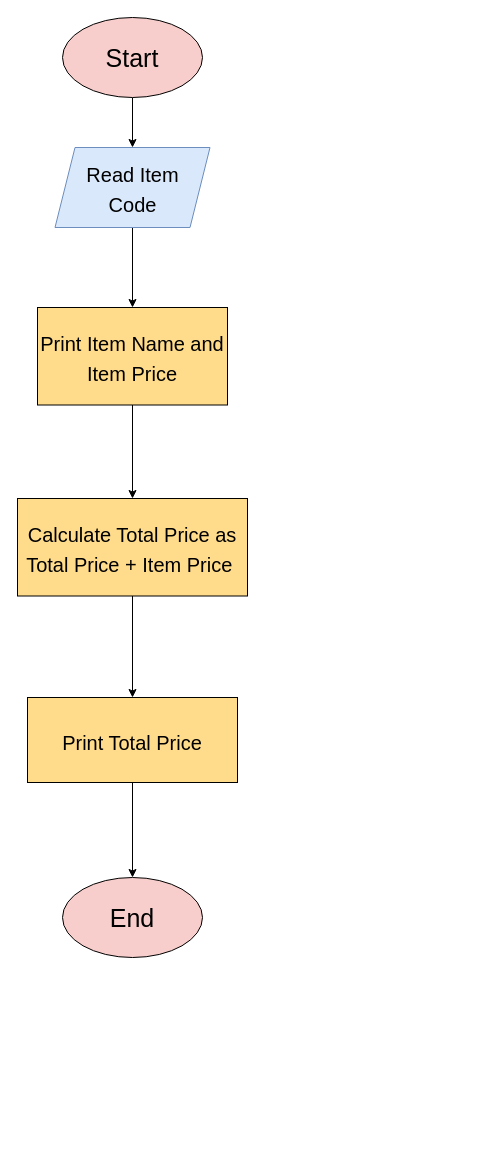
Above: flowchart.drawio in WantToBePro31/frederick_wijayadi_susilo-cashier_system (draw.io), before the change. Source tidied: cells renumbered, new cells numbered last; positions are measured from the earlier drawing's top-left corner, leaving out a move shared by most shapes. Both pictures are drawn from the tidied source at 100%, with x=0, y=0 at pixel (17, 17).
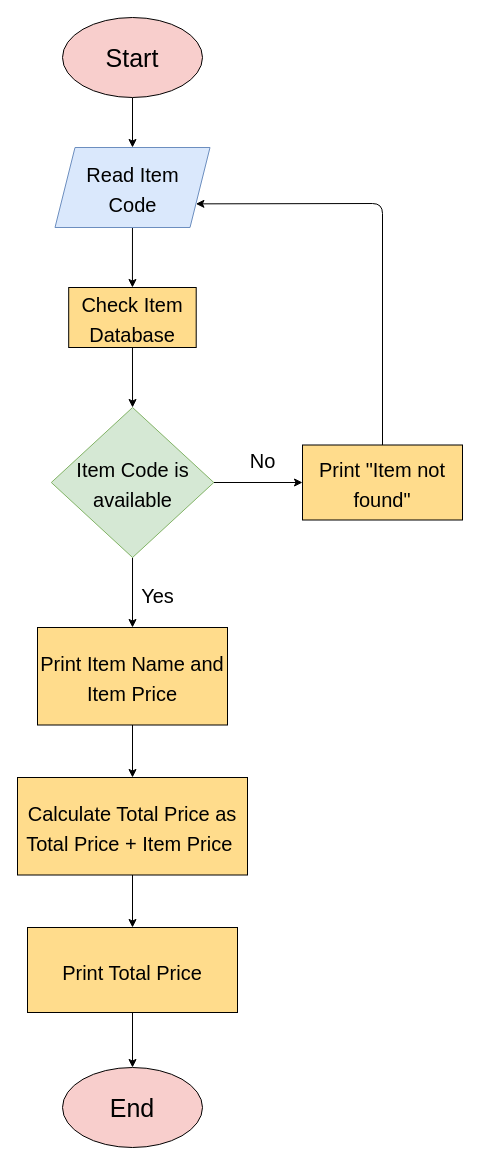
After the change.

Commit message:
feat: add validation for item code

The change refers to these unchanged cells:
```xml
<mxCell id="5" value="&lt;font style=&quot;font-size: 20px&quot; color=&quot;#000000&quot;&gt;Read Item&lt;br&gt;Code&lt;/font&gt;" style="shape=parallelogram;perimeter=parallelogramPerimeter;whiteSpace=wrap;html=1;fixedSize=1;fontSize=25;fillColor=#dae8fc;strokeColor=#6c8ebf;" parent="1" vertex="1">
  <mxGeometry x="37.5" y="130" width="155" height="80" as="geometry" />
</mxCell>
```

Diff of the diagram source:
```diff
@@
-    <mxCell id="4" style="edgeStyle=none;html=1;entryX=0.5;entryY=0;entryDx=0;entryDy=0;strokeColor=#000000;" parent="1" edge="1" source="5" target="12">
-      <mxGeometry relative="1" as="geometry" />
-    </mxCell>
+    <mxCell id="13" style="edgeStyle=none;html=1;entryX=0.5;entryY=0;entryDx=0;entryDy=0;strokeColor=#000000;" parent="1" edge="1" source="5" target="22">
+      <mxGeometry relative="1" as="geometry" />
+    </mxCell>
@@
+    <mxCell id="14" style="edgeStyle=none;html=1;fontSize=20;fontColor=#000000;strokeColor=#000000;" parent="1" edge="1" source="16" target="18">
+      <mxGeometry relative="1" as="geometry" />
+    </mxCell>
+    <mxCell id="15" style="edgeStyle=none;html=1;entryX=0.5;entryY=0;entryDx=0;entryDy=0;strokeColor=#000000;" parent="1" edge="1" source="16" target="12">
+      <mxGeometry relative="1" as="geometry" />
+    </mxCell>
+    <mxCell id="16" value="&lt;font style=&quot;font-size: 20px&quot;&gt;Item Code is available&lt;/font&gt;" style="rhombus;whiteSpace=wrap;html=1;fontSize=25;fillColor=#D5E8D4;strokeColor=#82b366;fontColor=#000000;" parent="1" vertex="1">
+      <mxGeometry x="33.8" y="390" width="162.5" height="150" as="geometry" />
+    </mxCell>
+    <mxCell id="17" style="edgeStyle=none;html=1;entryX=1;entryY=0.75;entryDx=0;entryDy=0;fontSize=20;fontColor=#FFFFFF;strokeColor=#000000;" parent="1" edge="1" source="18" target="5">
+      <mxGeometry relative="1" as="geometry">
+        <Array as="points">
+          <mxPoint x="365" y="186" />
+        </Array>
+      </mxGeometry>
+    </mxCell>
+    <mxCell id="18" value="&lt;font style=&quot;font-size: 20px&quot;&gt;Print &quot;Item not found&quot;&lt;/font&gt;" style="whiteSpace=wrap;html=1;fontSize=25;fillColor=#FFDC8C;fontColor=#000000;" parent="1" vertex="1">
+      <mxGeometry x="285" y="427.5" width="160" height="75" as="geometry" />
+    </mxCell>
+    <mxCell id="19" value="&lt;font&gt;No&lt;/font&gt;" style="text;html=1;align=center;verticalAlign=middle;strokeColor=none;fillColor=none;fontSize=20;fontColor=#000000;" parent="1" vertex="1">
+      <mxGeometry x="225" y="427.5" width="40" height="30" as="geometry" />
+    </mxCell>
+    <mxCell id="20" value="&lt;font&gt;Yes&lt;/font&gt;" style="text;html=1;align=center;verticalAlign=middle;strokeColor=none;fillColor=none;fontSize=20;fontColor=#000000;" parent="1" vertex="1">
+      <mxGeometry x="115" y="562.5" width="50" height="30" as="geometry" />
+    </mxCell>
+    <mxCell id="21" style="edgeStyle=none;html=1;entryX=0.5;entryY=0;entryDx=0;entryDy=0;strokeColor=#000000;" parent="1" edge="1" source="22" target="16">
+      <mxGeometry relative="1" as="geometry" />
+    </mxCell>
+    <mxCell id="22" value="&lt;font style=&quot;font-size: 20px&quot;&gt;Check Item Database&lt;/font&gt;" style="whiteSpace=wrap;html=1;fontSize=25;fillColor=#FFDC8C;fontColor=#000000;" parent="1" vertex="1">
+      <mxGeometry x="51.2" y="270" width="127.5" height="60" as="geometry" />
+    </mxCell>
@@
     <mxCell id="7" value="&lt;font style=&quot;font-size: 20px&quot;&gt;Calculate Total Price as Total Price + Item Price&amp;nbsp;&lt;/font&gt;" style="whiteSpace=wrap;html=1;fontSize=25;fillColor=#FFDC8C;fontColor=#000000;" parent="1" vertex="1">
-      <mxGeometry y="481" width="230" height="97.5" as="geometry" />
+      <mxGeometry y="760" width="230" height="97.5" as="geometry" />
     </mxCell>
@@
     <mxCell id="9" value="&lt;span style=&quot;font-size: 20px&quot;&gt;Print Total Price&lt;/span&gt;" style="whiteSpace=wrap;html=1;fontSize=25;fillColor=#FFDC8C;fontColor=#000000;" parent="1" vertex="1">
-      <mxGeometry x="10" y="680" width="210" height="85" as="geometry" />
+      <mxGeometry x="10" y="910" width="210" height="85" as="geometry" />
     </mxCell>
     <mxCell id="10" value="End" style="ellipse;whiteSpace=wrap;html=1;fillColor=#F8CECC;fontFamily=Helvetica;fontColor=#000000;fontSize=25;" parent="1" vertex="1">
-      <mxGeometry x="45" y="860" width="140" height="80" as="geometry" />
+      <mxGeometry x="45" y="1050" width="140" height="80" as="geometry" />
     </mxCell>
@@
     <mxCell id="12" value="&lt;font style=&quot;font-size: 20px&quot;&gt;Print Item Name and Item Price&lt;/font&gt;" style="whiteSpace=wrap;html=1;fontSize=25;fillColor=#FFDC8C;fontColor=#000000;" parent="1" vertex="1">
-      <mxGeometry x="20" y="290" width="190" height="97.5" as="geometry" />
+      <mxGeometry x="20" y="610" width="190" height="97.5" as="geometry" />
     </mxCell>
```
